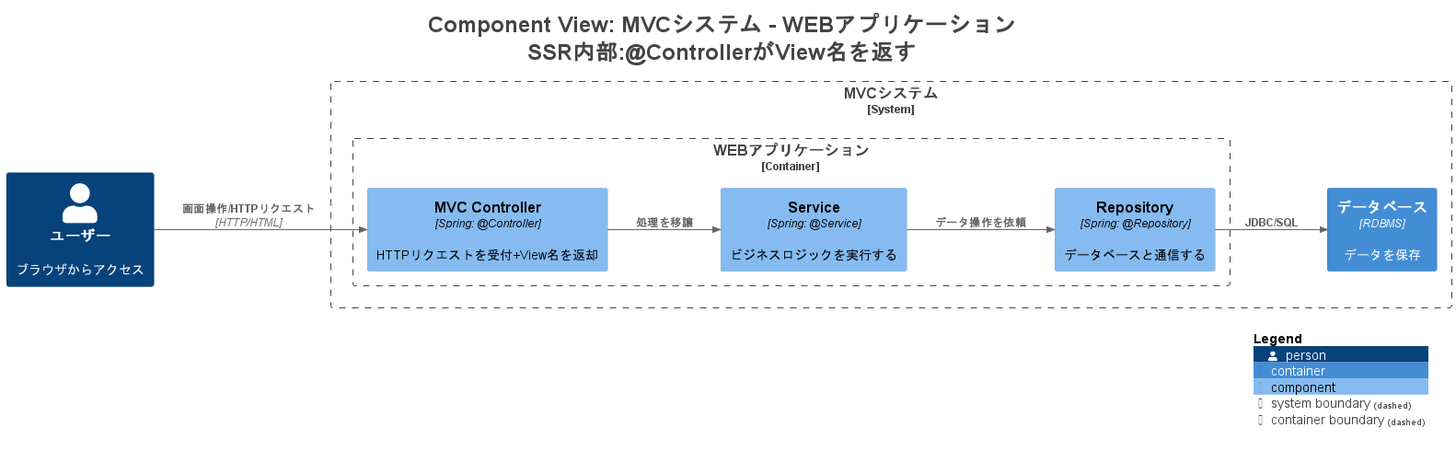
Above: images/understanding-ssr-vs-restapi/structurizr-SSR-ComponentDiagram.png in kyoya-msi/zenn-content (PlantUML), before the change.
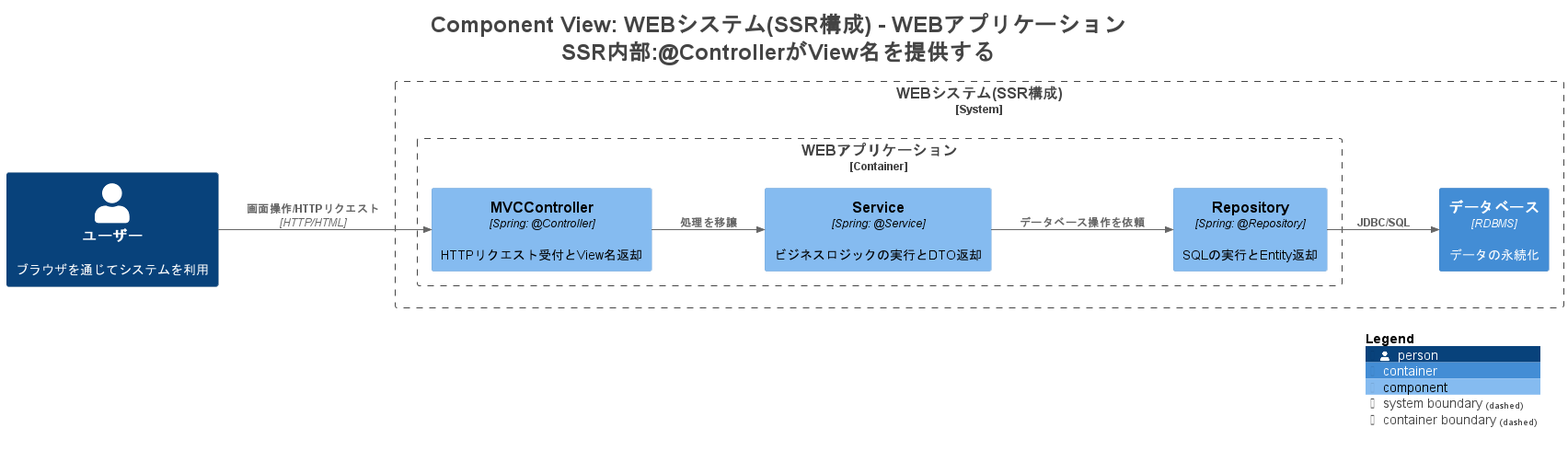
The same diagram one commit later.

What changed in the source:
```diff
@@ -1,5 +1,5 @@
 @startuml
-title <size:24>Component View: MVCシステム - WEBアプリケーション</size>\n<size:24>SSR内部:@ControllerがView名を返す</size>
+title <size:24>Component View: WEBシステム(SSR構成) - WEBアプリケーション</size>\n<size:24>SSR内部:@ControllerがView名を提供する</size>
 
 set separator none
 left to right direction
@@ -16,22 +16,22 @@
 !include <C4/C4_Container>
 !include <C4/C4_Component>
 
-Person(ユーザー, "ユーザー", $descr="ブラウザからアクセス", $tags="", $link="")
+Person(ユーザー, "ユーザー", $descr="ブラウザを通じてシステムを利用", $tags="", $link="")
 
-System_Boundary("MVCシステム_boundary", "MVCシステム", $tags="") {
-  Container_Boundary("MVCシステム.WEBアプリケーション_boundary", "WEBアプリケーション", $tags="") {
-    Component(MVCシステム.WEBアプリケーション.MVCController, "MVC Controller", $techn="Spring: @Controller", $descr="HTTPリクエストを受付+View名を返却", $tags="", $link="")
-    Component(MVCシステム.WEBアプリケーション.Service, "Service", $techn="Spring: @Service", $descr="ビジネスロジックを実行する", $tags="", $link="")
-    Component(MVCシステム.WEBアプリケーション.Repository, "Repository", $techn="Spring: @Repository", $descr="データベースと通信する", $tags="", $link="")
+System_Boundary("WEBシステムSSR構成_boundary", "WEBシステム(SSR構成)", $tags="") {
+  Container_Boundary("WEBシステムSSR構成.WEBアプリケーション_boundary", "WEBアプリケーション", $tags="") {
+    Component(WEBシステムSSR構成.WEBアプリケーション.MVCController, "MVCController", $techn="Spring: @Controller", $descr="HTTPリクエスト受付とView名返却", $tags="", $link="")
+    Component(WEBシステムSSR構成.WEBアプリケーション.Service, "Service", $techn="Spring: @Service", $descr="ビジネスロジックの実行とDTO返却", $tags="", $link="")
+    Component(WEBシステムSSR構成.WEBアプリケーション.Repository, "Repository", $techn="Spring: @Repository", $descr="SQLの実行とEntity返却", $tags="", $link="")
   }
 
-  Container(MVCシステム.データベース, "データベース", $techn="RDBMS", $descr="データを保存", $tags="", $link="")
+  Container(WEBシステムSSR構成.データベース, "データベース", $techn="RDBMS", $descr="データの永続化", $tags="", $link="")
 }
 
-Rel(MVCシステム.WEBアプリケーション.MVCController, MVCシステム.WEBアプリケーション.Service, "処理を移譲", $techn="", $tags="", $link="")
-Rel(MVCシステム.WEBアプリケーション.Service, MVCシステム.WEBアプリケーション.Repository, "データ操作を依頼", $techn="", $tags="", $link="")
-Rel(MVCシステム.WEBアプリケーション.Repository, MVCシステム.データベース, "JDBC/SQL", $techn="", $tags="", $link="")
-Rel(ユーザー, MVCシステム.WEBアプリケーション.MVCController, "画面操作/HTTPリクエスト", $techn="HTTP/HTML", $tags="", $link="")
+Rel(WEBシステムSSR構成.WEBアプリケーション.MVCController, WEBシステムSSR構成.WEBアプリケーション.Service, "処理を移譲", $techn="", $tags="", $link="")
+Rel(WEBシステムSSR構成.WEBアプリケーション.Service, WEBシステムSSR構成.WEBアプリケーション.Repository, "データベース操作を依頼", $techn="", $tags="", $link="")
+Rel(WEBシステムSSR構成.WEBアプリケーション.Repository, WEBシステムSSR構成.データベース, "JDBC/SQL", $techn="", $tags="", $link="")
+Rel(ユーザー, WEBシステムSSR構成.WEBアプリケーション.MVCController, "画面操作/HTTPリクエスト", $techn="HTTP/HTML", $tags="", $link="")
 
 SHOW_LEGEND(true)
 hide stereotypes
```
